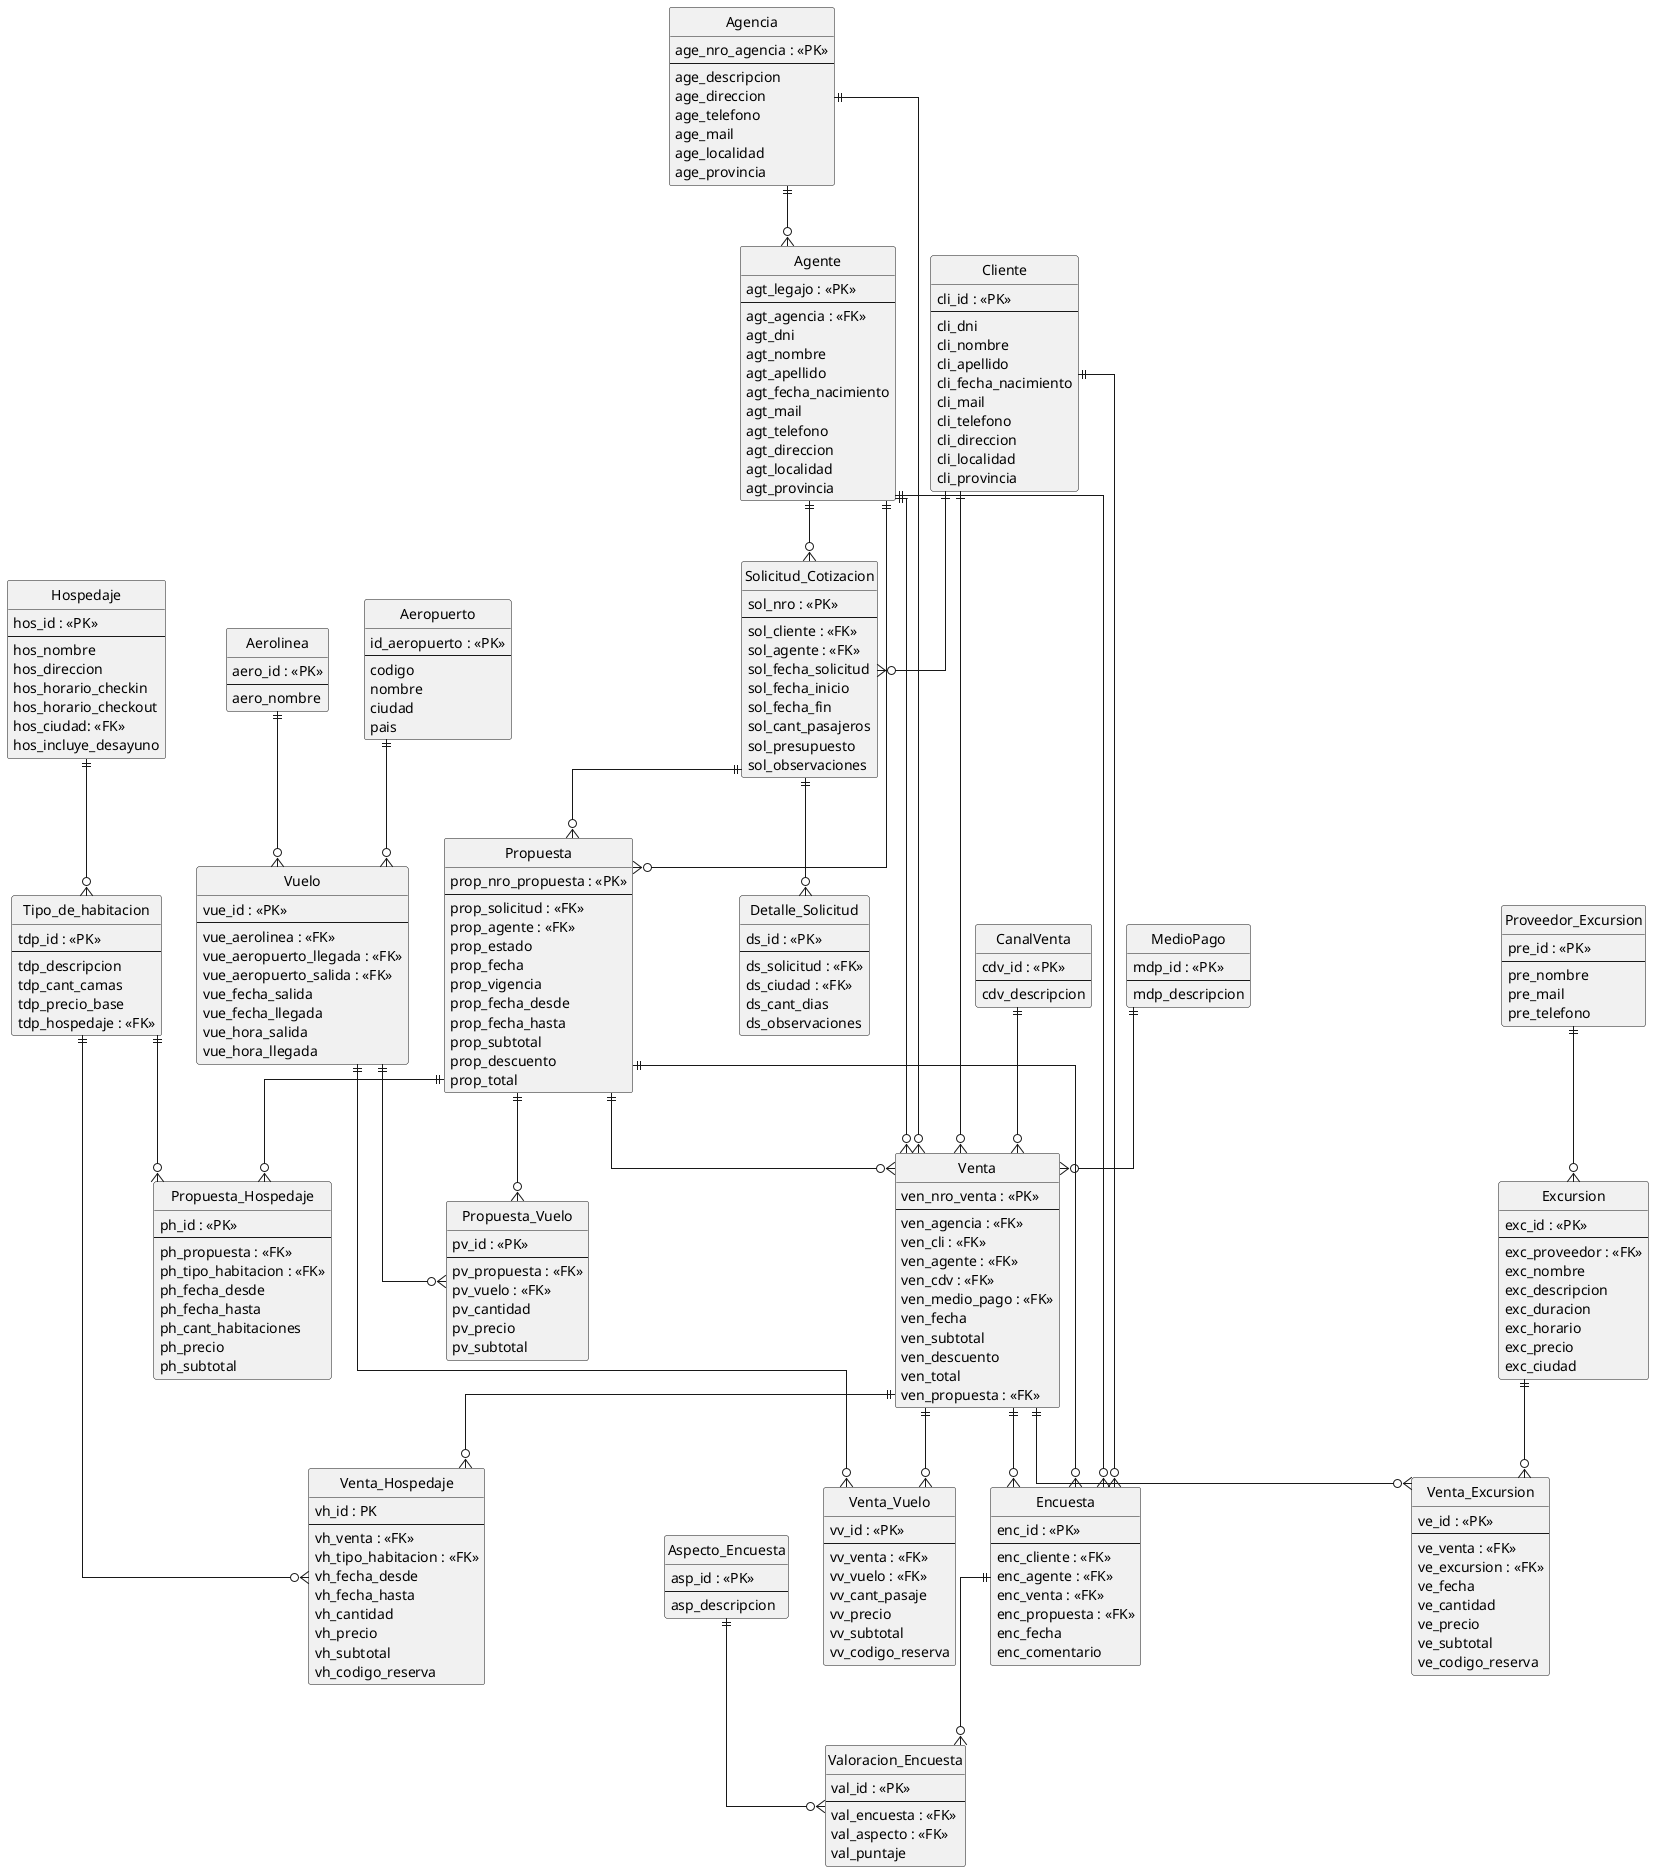
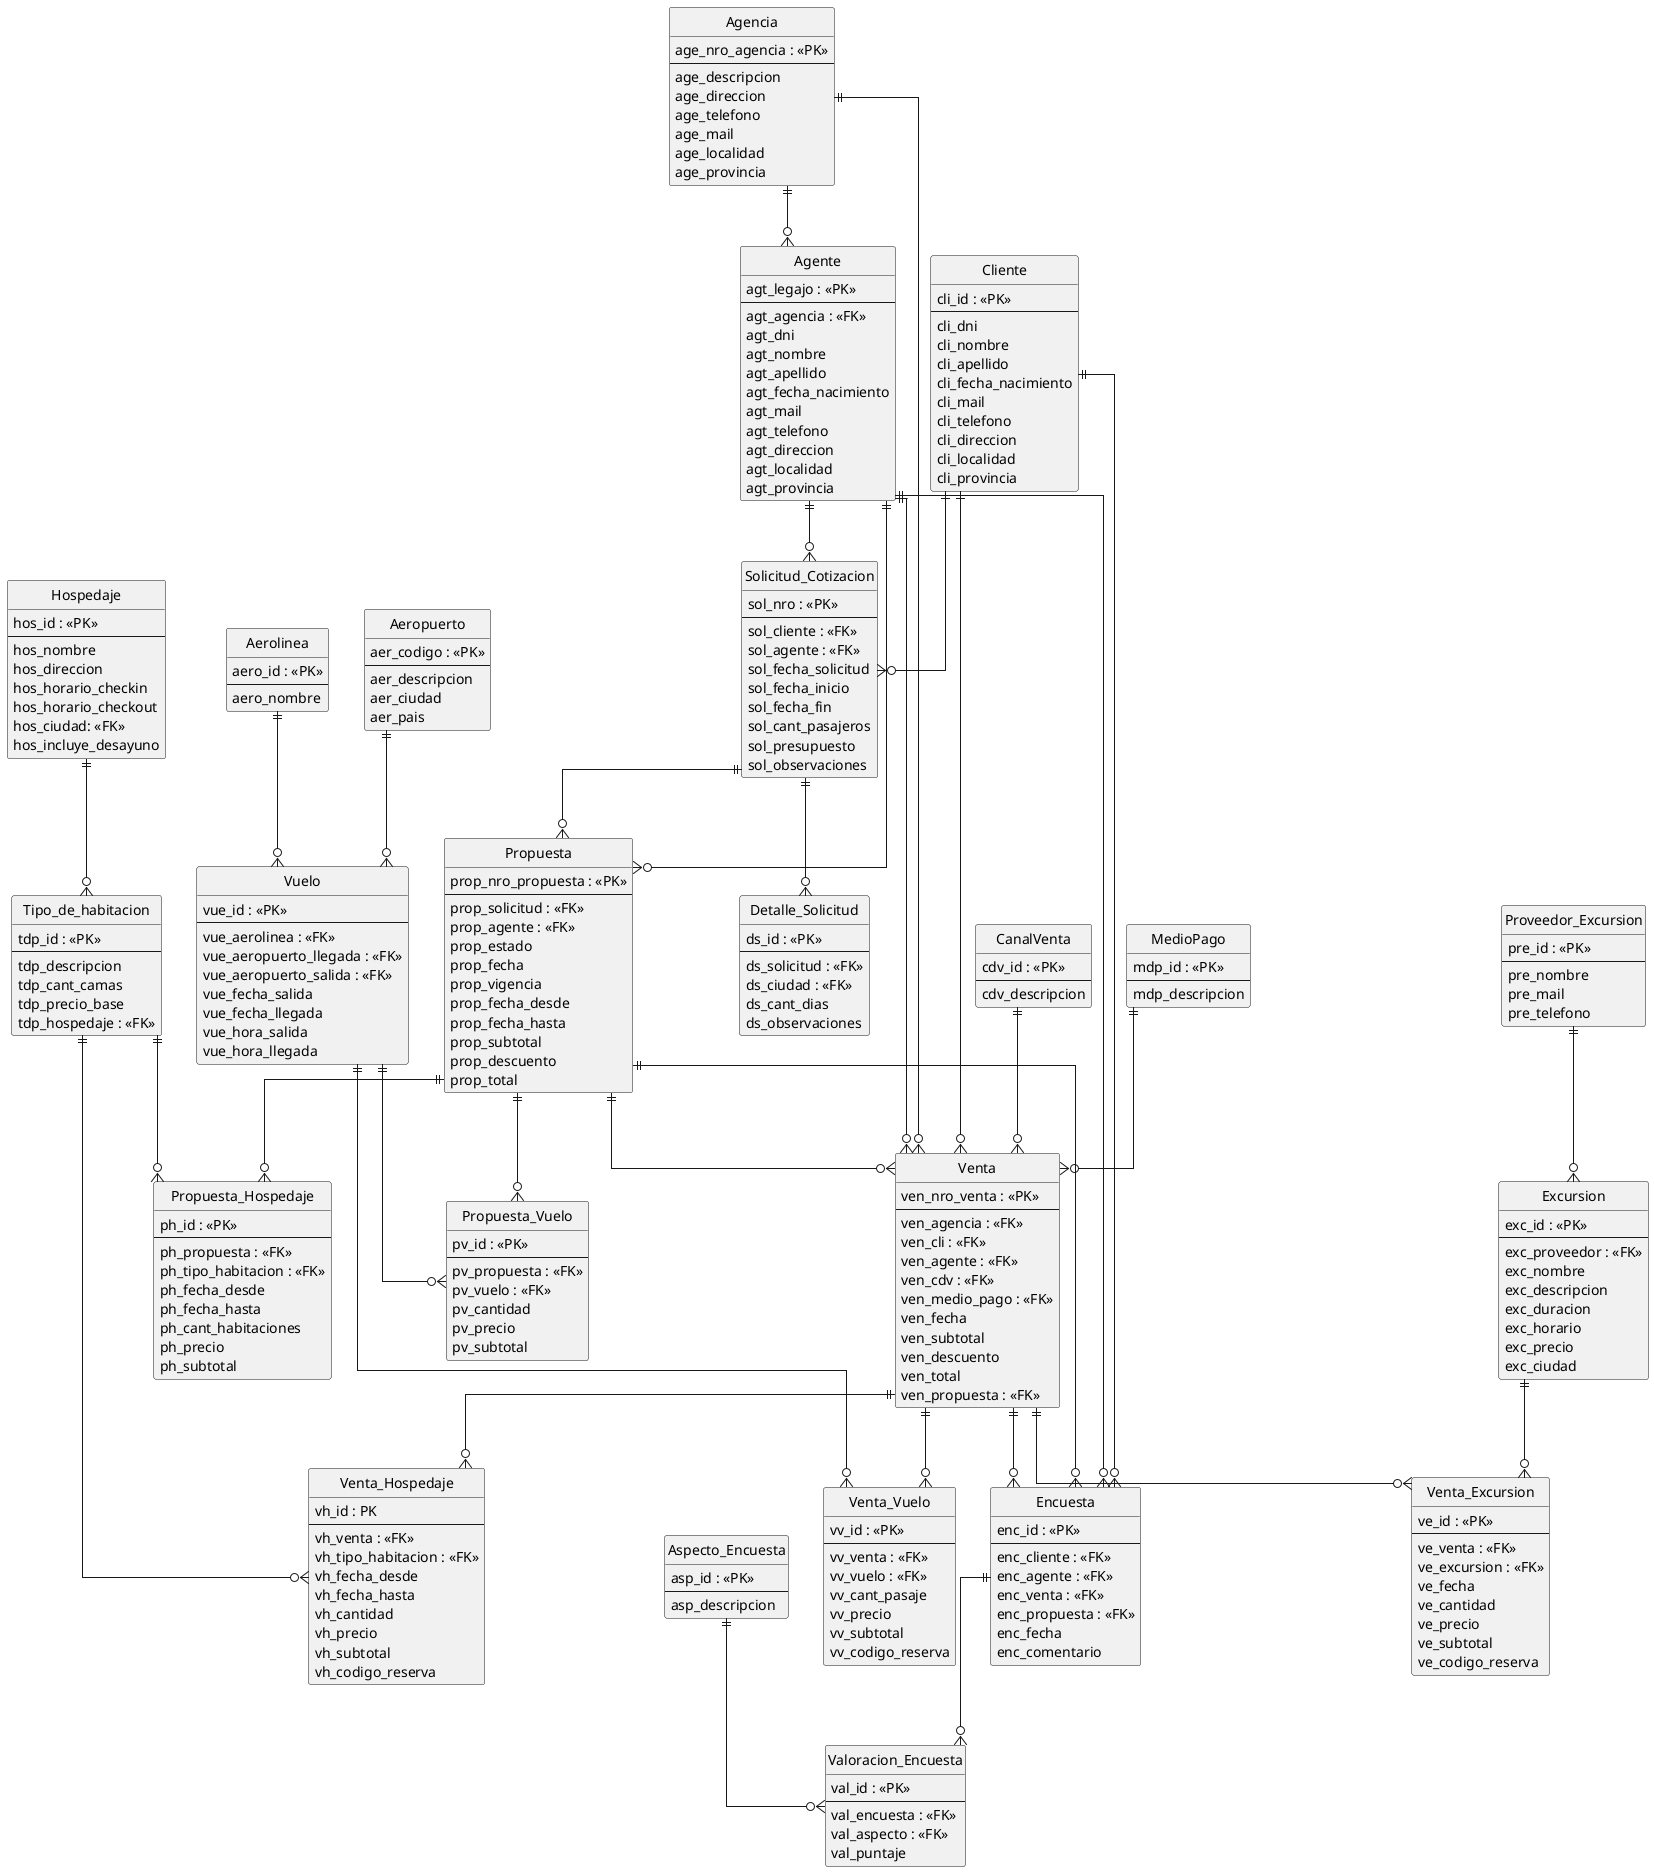
@startuml
hide circle
skinparam linetype ortho

entity Agencia {
  age_nro_agencia : <<PK>>
  --
  age_descripcion
  age_direccion
  age_telefono
  age_mail
  age_localidad
  age_provincia
}

entity Cliente {
  cli_id : <<PK>>
  --
  cli_dni
  cli_nombre
  cli_apellido
  cli_fecha_nacimiento
  cli_mail
  cli_telefono
  cli_direccion
  cli_localidad
  cli_provincia
}

entity Agente {
  agt_legajo : <<PK>>
  --
  agt_agencia : <<FK>>
  agt_dni
  agt_nombre
  agt_apellido
  agt_fecha_nacimiento
  agt_mail
  agt_telefono
  agt_direccion
  agt_localidad
  agt_provincia
}

entity CanalVenta {
  cdv_id : <<PK>>
  --
  cdv_descripcion
}

entity MedioPago {
  mdp_id : <<PK>>
  --
  mdp_descripcion
}

entity Aerolinea {
  aero_id : <<PK>>
  --
  aero_nombre
}

entity Aeropuerto {
-   id_aeropuerto : <<PK>>
-   --
-   codigo
-   nombre
-   ciudad
-   pais
+   aer_codigo : <<PK>>
+   --
+   aer_descripcion
+   aer_ciudad
+   aer_pais
}

entity Vuelo {
  vue_id : <<PK>>
  --
  vue_aerolinea : <<FK>>
  vue_aeropuerto_llegada : <<FK>>
  vue_aeropuerto_salida : <<FK>>
  vue_fecha_salida
  vue_fecha_llegada
  vue_hora_salida
  vue_hora_llegada
}

entity Hospedaje {
  hos_id : <<PK>>
  --
  hos_nombre
  hos_direccion
  hos_horario_checkin
  hos_horario_checkout
  hos_ciudad: <<FK>>
  hos_incluye_desayuno
}

entity Tipo_de_habitacion {
  tdp_id : <<PK>>
  --
  tdp_descripcion
  tdp_cant_camas
  tdp_precio_base
  tdp_hospedaje : <<FK>>
}

entity Proveedor_Excursion {
  pre_id : <<PK>>
  --
  pre_nombre
  pre_mail
  pre_telefono
}

entity Excursion {
  exc_id : <<PK>>
  --
  exc_proveedor : <<FK>>
  exc_nombre
  exc_descripcion
  exc_duracion
  exc_horario
  exc_precio
  exc_ciudad
}

entity Venta {
  ven_nro_venta : <<PK>>
  --
  ven_agencia : <<FK>>
  ven_cli : <<FK>>
  ven_agente : <<FK>>
  ven_cdv : <<FK>>
  ven_medio_pago : <<FK>>
  ven_fecha
  ven_subtotal
  ven_descuento
  ven_total
  ven_propuesta : <<FK>>
}

entity Venta_Vuelo {
  vv_id : <<PK>>
  --
  vv_venta : <<FK>>
  vv_vuelo : <<FK>>
  vv_cant_pasaje
  vv_precio
  vv_subtotal
  vv_codigo_reserva
}

entity Venta_Hospedaje {
  vh_id : PK
  --
  vh_venta : <<FK>>
  vh_tipo_habitacion : <<FK>>
  vh_fecha_desde
  vh_fecha_hasta
  vh_cantidad
  vh_precio
  vh_subtotal
  vh_codigo_reserva
}

entity Venta_Excursion {
  ve_id : <<PK>>
  --
  ve_venta : <<FK>>
  ve_excursion : <<FK>>
  ve_fecha
  ve_cantidad
  ve_precio
  ve_subtotal
  ve_codigo_reserva
}

entity Solicitud_Cotizacion {
  sol_nro : <<PK>>
  --
  sol_cliente : <<FK>>
  sol_agente : <<FK>>
  sol_fecha_solicitud
  sol_fecha_inicio
  sol_fecha_fin
  sol_cant_pasajeros
  sol_presupuesto
  sol_observaciones
}

entity Detalle_Solicitud {
  ds_id : <<PK>>
  --
  ds_solicitud : <<FK>>
  ds_ciudad : <<FK>>
  ds_cant_dias
  ds_observaciones
}

entity Propuesta {
  prop_nro_propuesta : <<PK>>
  --
  prop_solicitud : <<FK>>
  prop_agente : <<FK>>
  prop_estado
  prop_fecha
  prop_vigencia
  prop_fecha_desde
  prop_fecha_hasta
  prop_subtotal
  prop_descuento
  prop_total
}

entity Propuesta_Vuelo {
  pv_id : <<PK>>
  --
  pv_propuesta : <<FK>>
  pv_vuelo : <<FK>>
  pv_cantidad
  pv_precio
  pv_subtotal
}

entity Propuesta_Hospedaje {
  ph_id : <<PK>>
  --
  ph_propuesta : <<FK>>
  ph_tipo_habitacion : <<FK>>
  ph_fecha_desde
  ph_fecha_hasta
  ph_cant_habitaciones
  ph_precio
  ph_subtotal
}

entity Encuesta {
  enc_id : <<PK>>
  --
  enc_cliente : <<FK>>
  enc_agente : <<FK>>
  enc_venta : <<FK>>
  enc_propuesta : <<FK>>
  enc_fecha
  enc_comentario
}

entity Aspecto_Encuesta {
  asp_id : <<PK>>
  --
  asp_descripcion
}

entity Valoracion_Encuesta {
  val_id : <<PK>>
  --
  val_encuesta : <<FK>>
  val_aspecto : <<FK>>
  val_puntaje
}

Agencia ||--o{ Agente
Agencia ||--o{ Venta

Cliente ||--o{ Venta
Cliente ||--o{ Solicitud_Cotizacion
Cliente ||--o{ Encuesta

Agente ||--o{ Venta
Agente ||--o{ Solicitud_Cotizacion
Agente ||--o{ Propuesta
Agente ||--o{ Encuesta

CanalVenta ||--o{ Venta
MedioPago ||--o{ Venta

Aerolinea ||--o{ Vuelo
Aeropuerto ||--o{ Vuelo

Hospedaje ||--o{ Tipo_de_habitacion

Proveedor_Excursion ||--o{ Excursion

Venta ||--o{ Venta_Vuelo
Venta ||--o{ Venta_Hospedaje
Venta ||--o{ Venta_Excursion

Vuelo ||--o{ Venta_Vuelo
Tipo_de_habitacion ||--o{ Venta_Hospedaje
Excursion ||--o{ Venta_Excursion

Solicitud_Cotizacion ||--o{ Detalle_Solicitud
Solicitud_Cotizacion ||--o{ Propuesta

Propuesta ||--o{ Propuesta_Vuelo
Propuesta ||--o{ Propuesta_Hospedaje

Vuelo ||--o{ Propuesta_Vuelo
Tipo_de_habitacion ||--o{ Propuesta_Hospedaje

Propuesta ||--o{ Venta

Encuesta ||--o{ Valoracion_Encuesta
Aspecto_Encuesta ||--o{ Valoracion_Encuesta

Venta ||--o{ Encuesta
Propuesta ||--o{ Encuesta


@enduml
